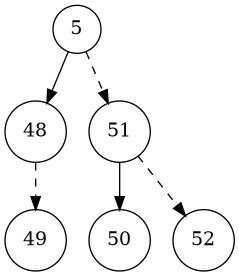
Above: lab_07/data/balanced_after_delete.dot.png in skitcc/TADS (Graphviz), before the change. Its source is kept beside it as lab_07/data/balanced_after_delete.dot.
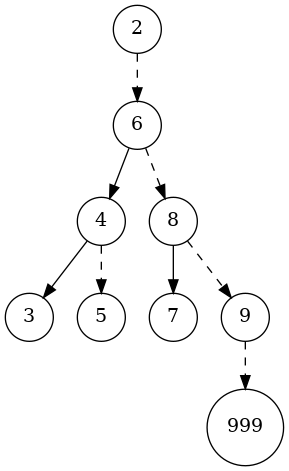
After the change.

Change to the diagram source:
```diff
@@ -1,8 +1,11 @@
 digraph Tree {
     node [shape=circle];
-    "5" -> "48";
-    "5" -> "51" [style=dashed];
-    "48" -> "49" [style=dashed];
-    "51" -> "50";
-    "51" -> "52" [style=dashed];
+    "2" -> "6" [style=dashed];
+    "6" -> "4";
+    "6" -> "8" [style=dashed];
+    "4" -> "3";
+    "4" -> "5" [style=dashed];
+    "8" -> "7";
+    "8" -> "9" [style=dashed];
+    "9" -> "999" [style=dashed];
 }
```
